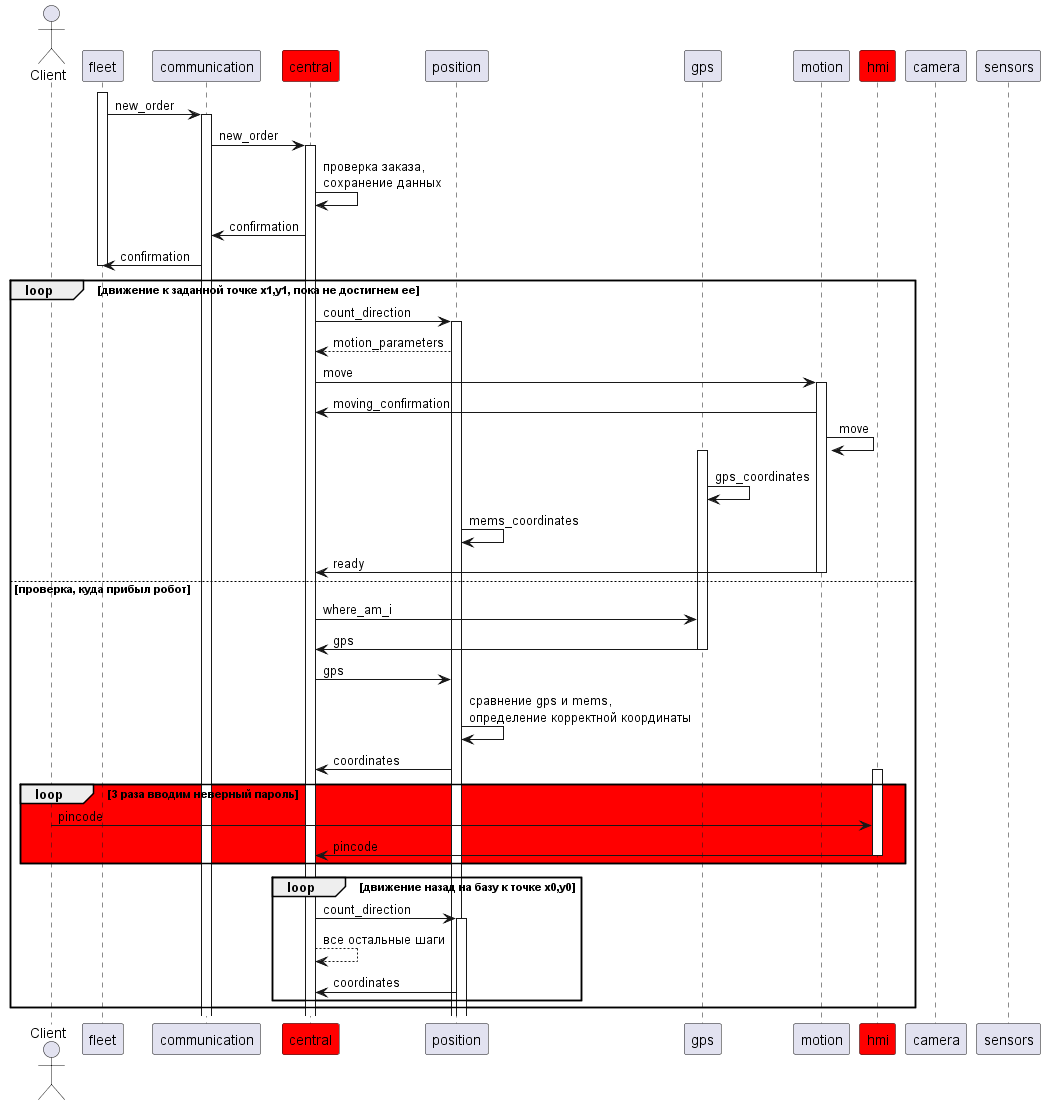
Above: pics/sd_10.png in Fishonground/Delivery (PlantUML), before the change. Source of this version:
```plantuml
@startuml
actor "Client" as c
participant fleet
participant communication
participant central #red
participant position
participant gps
participant motion
participant hmi #red
participant camera
participant sensors


fleet++
fleet -> communication++: new_order
communication -> central++: new_order
central -> central: проверка заказа,\nсохранение данных
central -> communication: confirmation
communication -> fleet: confirmation
fleet --
loop движение к заданной точке x1,y1, пока не достигнем ее
central -> position++: count_direction
position --> central: motion_parameters
central -> motion++: move
motion -> central: moving_confirmation

motion -> motion: move
gps++
gps -> gps: gps_coordinates
position -> position: mems_coordinates
motion -> central: ready
else проверка, куда прибыл робот
motion--
central -> gps: where_am_i
gps -> central: gps
gps--
central -> position: gps
position -> position: сравнение gps и mems,\nопределение корректной координаты
position -> central: coordinates

loop #red 3 раза вводим неверный пароль
hmi++
c -> hmi: pincode
hmi -> central: pincode
hmi--
end

loop движение назад на базу к точке x0,y0
central -> position++: count_direction
central --> central: все остальные шаги
position -> central: coordinates
end
end



@enduml
```
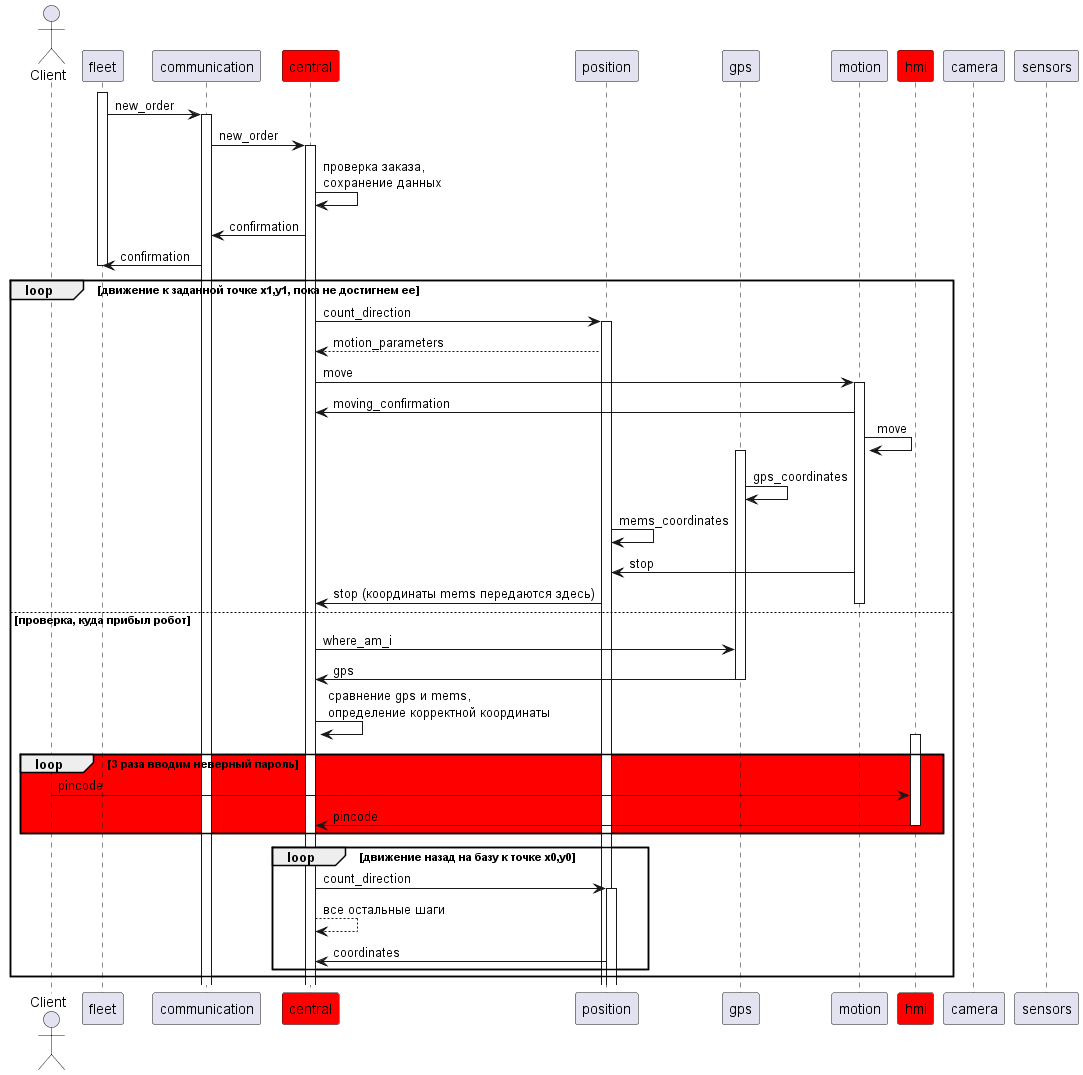
Later version of the same file.

What changed in the source:
```diff
@@ -28,15 +28,14 @@
 gps++
 gps -> gps: gps_coordinates
 position -> position: mems_coordinates
-motion -> central: ready
+motion -> position: stop
+position -> central: stop (координаты mems передаются здесь)
 else проверка, куда прибыл робот
 motion--
 central -> gps: where_am_i
 gps -> central: gps
 gps--
-central -> position: gps
-position -> position: сравнение gps и mems,\nопределение корректной координаты
-position -> central: coordinates
+central -> central: сравнение gps и mems,\nопределение корректной координаты
 
 loop #red 3 раза вводим неверный пароль
 hmi++
```
